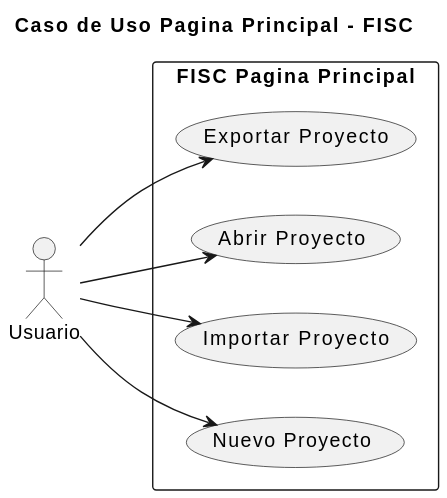
The PlantUML diagram imagenes/casosDeUso/casoUsoPaginaPrincipal.svg in mmasias/23-24-IdSw1-SDR, before a commit.
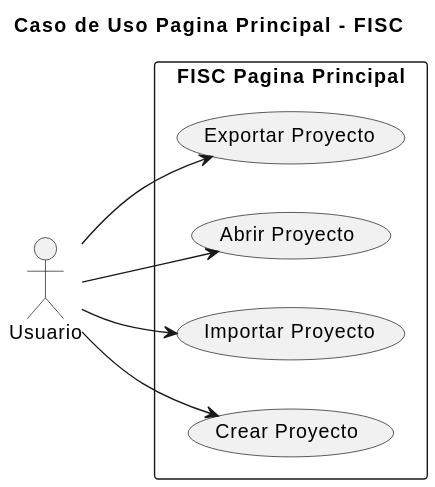
The same diagram one commit later.

Commit message:
Arreglo Caso de uso y reporte

Diff of the diagram source:
```diff
@@ -9,7 +9,7 @@
     usecase "Exportar Proyecto" as exportar
     usecase "Abrir Proyecto" as abrir
     usecase "Importar Proyecto" as importar
-    usecase "Nuevo Proyecto" as nuevo
+    usecase "Crear Proyecto" as nuevo
 }
 
 user --> exportar : ""
```
